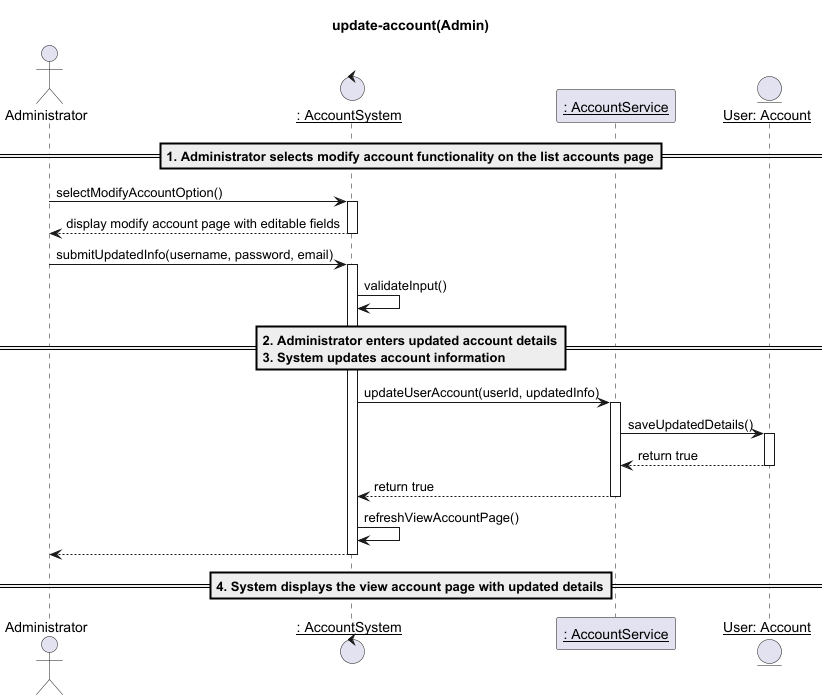
Before: 02-analysis/usecases/images/03-update-account(Admin).png, a diagram exported from PlantUML (mrle0429/Event-Management-System).
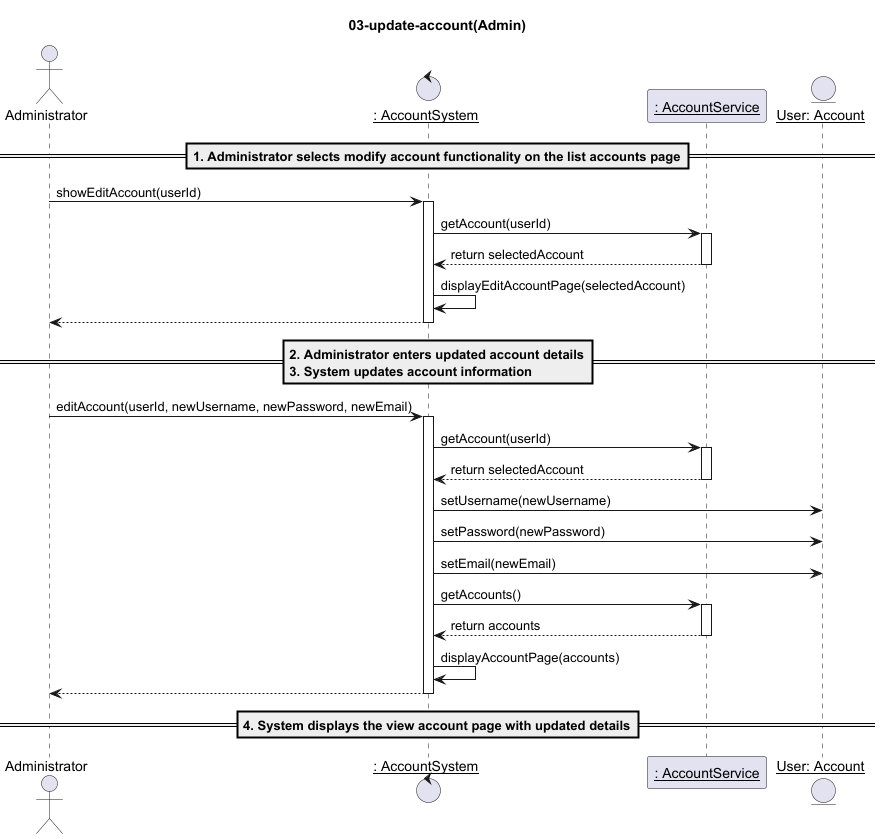
After the change.

Commit message:
Complete the sequence diagram codes for deleting an account, updating an account, and viewing account details, along with naming format corrections and file organization.

What changed in the source:
```diff
@@ -1,38 +1,44 @@
-@startuml update_account
-title: update-account(Admin)
+@startuml
+title: 03-update-account(Admin)
 actor "Administrator" as admin
-control "__: AccountSystem__" as sys
-participant "__: AccountService__" as service
-entity "__User: Account__" as account
+control "__: AccountSystem__" as c
+participant "__: AccountService__" as s
+entity "__User: Account__" as a
 
 ==1. Administrator selects modify account functionality on the list accounts page==
 
-admin -> sys : selectModifyAccountOption()
-activate sys
-sys --> admin : display modify account page with editable fields
-deactivate sys
+admin -> c : showEditAccount(userId)
+activate c
+c -> s : getAccount(userId)
+activate s
 
-
-admin -> sys : submitUpdatedInfo(username, password, email)
-activate sys
-sys -> sys : validateInput()
+s --> c : return selectedAccount
+deactivate s
+c -> c : displayEditAccountPage(selectedAccount)
+c --> admin
+deactivate c
 
 ==2. Administrator enters updated account details\n3. System updates account information==
 
-sys -> service : updateUserAccount(userId, updatedInfo)
-activate service
-service -> account : saveUpdatedDetails()
-activate account
-account --> service : return true
-deactivate account
+admin -> c : editAccount(userId, newUsername, newPassword, newEmail)
+activate c
+c -> s : getAccount(userId)
+activate s
 
-service --> sys : return true
-deactivate service
+s --> c : return selectedAccount
+deactivate s
 
-sys -> sys : refreshViewAccountPage()
-sys --> admin
+c -> a : setUsername(newUsername)
+c -> a : setPassword(newPassword)
+c -> a : setEmail(newEmail)
 
-deactivate sys
+c -> s : getAccounts()
+activate s
+s --> c : return accounts
+deactivate s
+c -> c : displayAccountPage(accounts)
+c --> admin
+deactivate c
+
 ==4. System displays the view account page with updated details==
-
 @enduml
```
